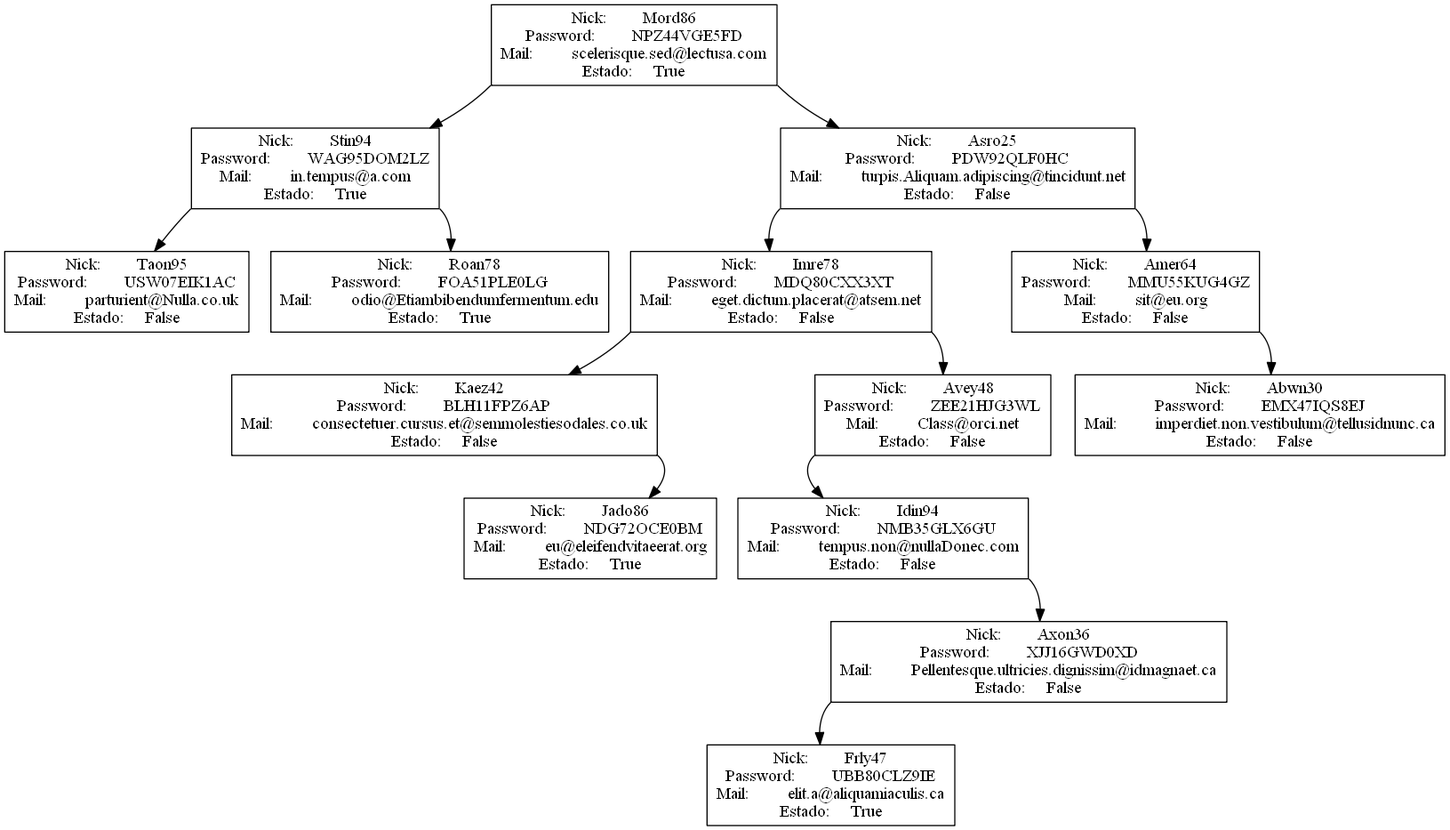
Above: Proyecto_fase1/WSproyecto1/WebApplication1/Imagenes/espejo.png in jocaqes/EDD_201212921 (Graphviz), before the change. Its source is kept beside it as Proyecto_fase1/WSproyecto1/WSproyecto1/Imagen/espejo.dot.
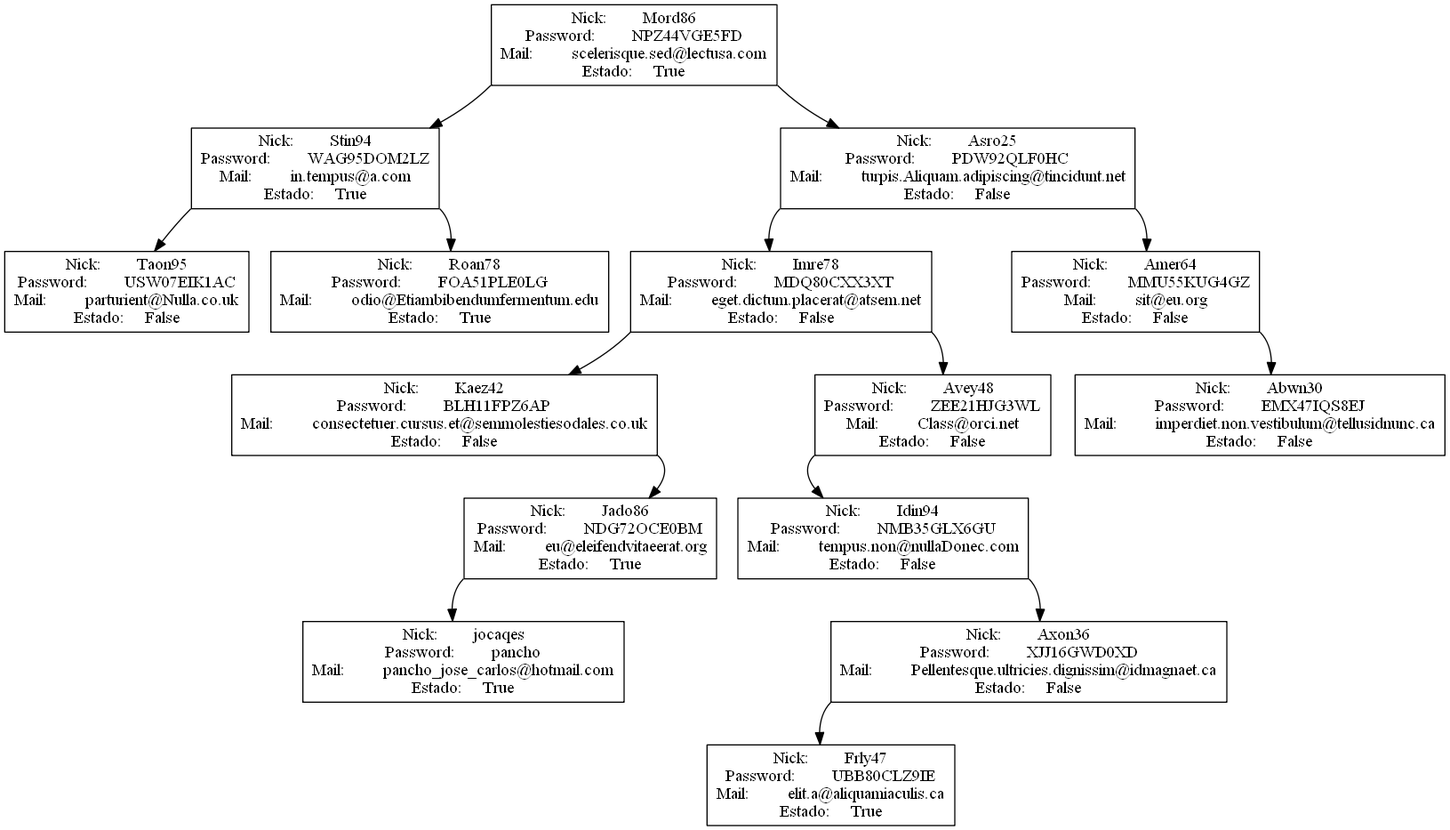
Above is the later version.

The edit, as a diff of the source:
```diff
@@ -40,6 +40,11 @@
 Password:	NDG72OCE0BM
 Mail:	eu@eleifendvitaeerat.org
 Estado:	True";shape=box]
+Jado86:sw->jocaqes
+jocaqes[label="Nick:	jocaqes
+Password:	pancho
+Mail:	pancho_jose_carlos@hotmail.com
+Estado:	True";shape=box]
 Avey48[label="Nick:	Avey48
 Password:	ZEE21HJG3WL
 Mail:	Class@orci.net
```
